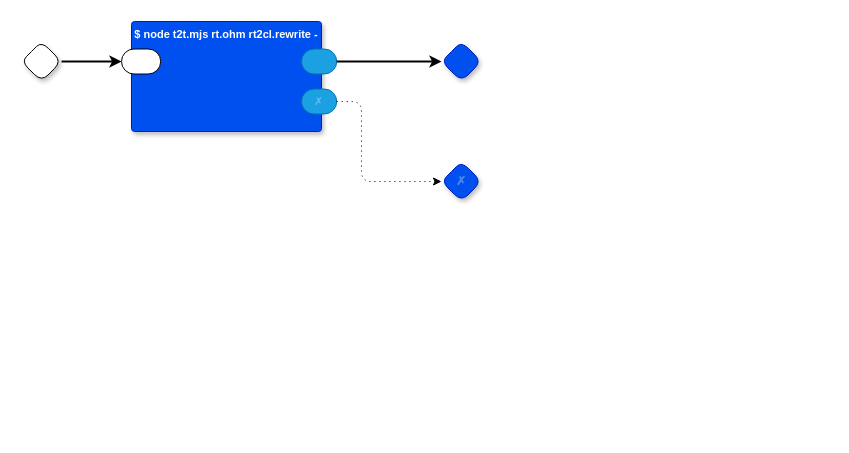
This is page "RT to Common Lisp" (5 of 7) of rt2cl.drawio from guitarvydas/rt, a draw.io file, before an edit. Source tidied: cells renumbered, new cells numbered last; positions are measured from the earlier drawing's top-left corner, leaving out a move shared by most shapes. Both pictures are drawn from the tidied source at 100%, with x=0, y=0 at pixel (21, 21).
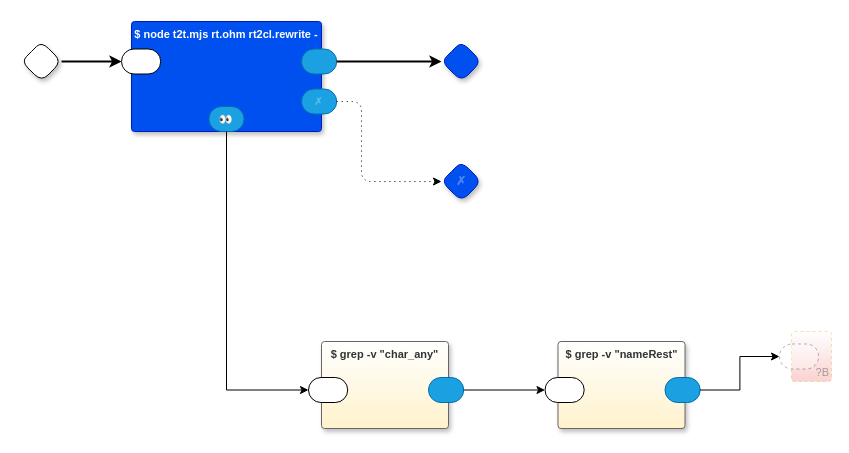
After the change.

Unchanged cells that the change refers to:
```xml
<mxCell id="5" value="$ node t2t.mjs rt.ohm rt2cl.rewrite -" style="rounded=1;sketch=0;verticalAlign=top;arcSize=6;fontStyle=1;absoluteArcSize=1;shadow=1;strokeColor=#001DBC;fillColor=#0050ef;fontColor=#ffffff;fontFamily=Helvetica;fontSize=11;" parent="1" vertex="1">
  <mxGeometry x="110" width="190" height="110" as="geometry" />
</mxCell>
```

Diff of the diagram source:
```diff
@@
+    <mxCell id="12" value="👀" style="rounded=1;whiteSpace=wrap;sketch=0;points=[[0,0.5,0,0,0],[1,0.5,0,0,0]];fillColor=#1ba1e2;fontColor=#ffffff;strokeColor=#006EAF;arcSize=50;fontFamily=Helvetica;fontSize=11;labelBackgroundColor=none;" parent="5" vertex="1">
+      <mxGeometry x="77.4" y="85" width="35.2" height="25" as="geometry" />
+    </mxCell>
@@
+    <mxCell id="13" value="?B" style="rounded=1;whiteSpace=wrap;html=1;sketch=0;verticalAlign=bottom;arcSize=6;fontStyle=0;absoluteArcSize=1;shadow=0;strokeColor=#d79b00;fillColor=#FFFFFF;fontFamily=Helvetica;fontSize=11;dashed=1;opacity=30;align=right;textOpacity=30;gradientColor=#EA6B66;fontColor=default;" parent="1" vertex="1">
+      <mxGeometry x="770" y="310" width="40" height="50" as="geometry" />
+    </mxCell>
+    <mxCell id="14" style="rounded=1;whiteSpace=wrap;html=1;sketch=0;points=[[0,0.5,0,0,0],[1,0.5,0,0,0]];arcSize=50;fontFamily=Helvetica;fontSize=11;fontColor=default;dashed=1;textOpacity=50;opacity=30;fontStyle=0;" parent="13" vertex="1">
+      <mxGeometry x="-12" y="12.5" width="39.2" height="25" as="geometry" />
+    </mxCell>
+    <mxCell id="15" value="$ grep -v &quot;char_any&quot;" style="rounded=1;whiteSpace=wrap;html=1;sketch=0;verticalAlign=top;arcSize=6;fontStyle=1;absoluteArcSize=1;shadow=1;strokeColor=#666666;fillColor=#FFFFFF;fontColor=#333333;gradientColor=#FFF2CC;fontFamily=Helvetica;fontSize=11;" parent="1" vertex="1">
+      <mxGeometry x="300" y="320" width="127" height="87" as="geometry" />
+    </mxCell>
+    <mxCell id="16" style="rounded=1;whiteSpace=wrap;html=1;sketch=0;points=[[0,0.5,0,0,0],[1,0.5,0,0,0]];arcSize=50;fontFamily=Helvetica;fontSize=11;fontColor=default;" parent="15" vertex="1">
+      <mxGeometry x="-13" y="36" width="39.2" height="25" as="geometry" />
+    </mxCell>
+    <mxCell id="17" style="rounded=1;whiteSpace=wrap;html=1;sketch=0;points=[[0,0.5,0,0,0],[1,0.5,0,0,0]];fillColor=#1ba1e2;fontColor=#ffffff;strokeColor=#006EAF;arcSize=50;fontFamily=Helvetica;fontSize=11;" parent="15" vertex="1">
+      <mxGeometry x="107" y="36" width="35.2" height="25" as="geometry" />
+    </mxCell>
+    <mxCell id="18" value="$ grep -v &quot;nameRest&quot;" style="rounded=1;whiteSpace=wrap;html=1;sketch=0;verticalAlign=top;arcSize=6;fontStyle=1;absoluteArcSize=1;shadow=1;strokeColor=#666666;fillColor=#FFFFFF;fontColor=#333333;gradientColor=#FFF2CC;fontFamily=Helvetica;fontSize=11;" parent="1" vertex="1">
+      <mxGeometry x="536.5" y="320" width="127" height="87" as="geometry" />
+    </mxCell>
+    <mxCell id="19" style="rounded=1;whiteSpace=wrap;html=1;sketch=0;points=[[0,0.5,0,0,0],[1,0.5,0,0,0]];arcSize=50;fontFamily=Helvetica;fontSize=11;fontColor=default;" parent="18" vertex="1">
+      <mxGeometry x="-13" y="36" width="39.2" height="25" as="geometry" />
+    </mxCell>
+    <mxCell id="20" style="rounded=1;whiteSpace=wrap;html=1;sketch=0;points=[[0,0.5,0,0,0],[1,0.5,0,0,0]];fillColor=#1ba1e2;fontColor=#ffffff;strokeColor=#006EAF;arcSize=50;fontFamily=Helvetica;fontSize=11;" parent="18" vertex="1">
+      <mxGeometry x="107" y="36" width="35.2" height="25" as="geometry" />
+    </mxCell>
+    <mxCell id="21" style="edgeStyle=orthogonalEdgeStyle;rounded=0;jettySize=auto;html=1;exitX=1;exitY=0.5;exitDx=0;exitDy=0;exitPerimeter=0;entryX=0;entryY=0.5;entryDx=0;entryDy=0;entryPerimeter=0;" parent="1" edge="1" source="17" target="19">
+      <mxGeometry relative="1" as="geometry" />
+    </mxCell>
+    <mxCell id="22" style="edgeStyle=orthogonalEdgeStyle;rounded=0;jettySize=auto;html=1;entryX=0;entryY=0.5;entryDx=0;entryDy=0;entryPerimeter=0;" parent="1" edge="1" source="20" target="14">
+      <mxGeometry relative="1" as="geometry" />
+    </mxCell>
+    <mxCell id="23" style="edgeStyle=orthogonalEdgeStyle;rounded=0;jettySize=auto;html=1;entryX=0;entryY=0.5;entryDx=0;entryDy=0;entryPerimeter=0;" parent="1" edge="1" source="12" target="16">
+      <mxGeometry relative="1" as="geometry">
+        <Array as="points">
+          <mxPoint x="205" y="369" />
+        </Array>
+      </mxGeometry>
+    </mxCell>
```
